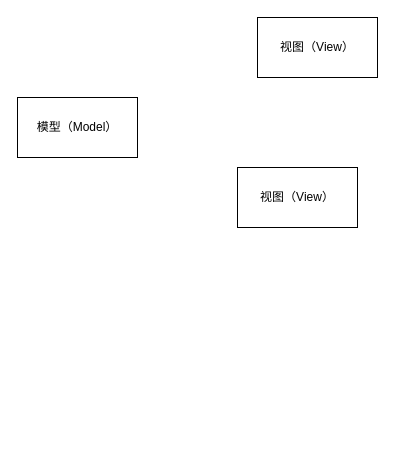
Above: drawio/MVC模式.drawio in stick-i/resources (draw.io), before the change. Source tidied: cells renumbered, new cells numbered last; positions are measured from the earlier drawing's top-left corner, leaving out a move shared by most shapes. Both pictures are drawn from the tidied source at 100%, with x=0, y=0 at pixel (17, 17).
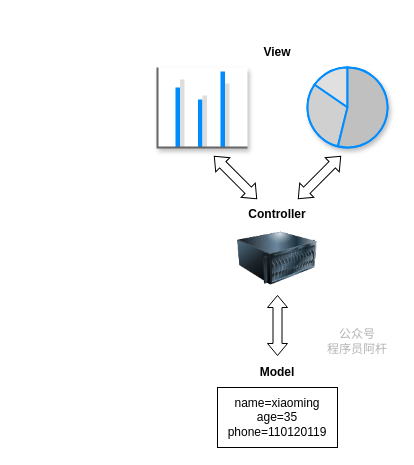
After the change.

Change to the diagram source:
```diff
@@
 <mxGraphModel>
   <root>
     <mxCell id="0" />
     <mxCell id="1" parent="0" />
-    <mxCell id="2" value="视图（View）" style="rounded=0;whiteSpace=wrap;html=1;" parent="1" vertex="1">
-      <mxGeometry x="240" width="120" height="60" as="geometry" />
-    </mxCell>
-    <mxCell id="3" value="模型（Model）" style="rounded=0;whiteSpace=wrap;html=1;strokeColor=default;align=center;verticalAlign=middle;fontFamily=Helvetica;fontSize=12;fontColor=default;fillColor=default;" parent="1" vertex="1">
-      <mxGeometry y="80" width="120" height="60" as="geometry" />
-    </mxCell>
-    <mxCell id="4" value="视图（View）" style="rounded=0;whiteSpace=wrap;html=1;" parent="1" vertex="1">
-      <mxGeometry x="220" y="150" width="120" height="60" as="geometry" />
-    </mxCell>
+    <mxCell id="5" style="verticalLabelPosition=bottom;shadow=1;dashed=0;align=center;html=1;verticalAlign=top;strokeWidth=1;shape=mxgraph.mockup.graphics.columnChart;strokeColor=none;strokeColor2=none;strokeColor3=#666666;fillColor2=#008cff;fillColor3=#dddddd;" parent="1" vertex="1">
+      <mxGeometry x="140" y="50" width="90" height="80" as="geometry" />
+    </mxCell>
+    <mxCell id="6" style="verticalLabelPosition=bottom;shadow=1;dashed=0;align=center;html=1;verticalAlign=top;strokeWidth=1;shape=mxgraph.mockup.graphics.pieChart;strokeColor=#008cff;parts=10,20,35;partColors=#e0e0e0,#d0d0d0,#c0c0c0,#b0b0b0,#a0a0a0;strokeWidth=2;" parent="1" vertex="1">
+      <mxGeometry x="290" y="50" width="80" height="80" as="geometry" />
+    </mxCell>
+    <mxCell id="7" value="&lt;b&gt;View&lt;/b&gt;" style="text;html=1;align=center;verticalAlign=middle;whiteSpace=wrap;rounded=0;" parent="1" vertex="1">
+      <mxGeometry x="230" y="20" width="60" height="30" as="geometry" />
+    </mxCell>
+    <mxCell id="8" value="&lt;b&gt;Controller&lt;/b&gt;" style="text;html=1;align=center;verticalAlign=middle;whiteSpace=wrap;rounded=0;" parent="1" vertex="1">
+      <mxGeometry x="230" y="182" width="60" height="30" as="geometry" />
+    </mxCell>
+    <mxCell id="9" value="&lt;b&gt;Model&lt;/b&gt;" style="text;html=1;align=center;verticalAlign=middle;whiteSpace=wrap;rounded=0;" parent="1" vertex="1">
+      <mxGeometry x="230" y="340" width="60" height="30" as="geometry" />
+    </mxCell>
+    <mxCell id="10" value="name=xiaoming&lt;div&gt;age=35&lt;/div&gt;&lt;div&gt;phone=110120119&lt;/div&gt;" style="rounded=0;whiteSpace=wrap;html=1;" parent="1" vertex="1">
+      <mxGeometry x="200" y="370" width="120" height="60" as="geometry" />
+    </mxCell>
+    <mxCell id="11" style="image;html=1;image=img/lib/clip_art/computers/Server_128x128.png;" parent="1" vertex="1">
+      <mxGeometry x="220" y="201" width="80" height="80" as="geometry" />
+    </mxCell>
+    <mxCell id="12" style="html=1;shadow=0;dashed=0;align=center;verticalAlign=middle;shape=mxgraph.arrows2.twoWayArrow;dy=0.55;dx=12.02;rotation=45;" parent="1" vertex="1">
+      <mxGeometry x="188" y="150" width="60" height="20" as="geometry" />
+    </mxCell>
+    <mxCell id="13" style="html=1;shadow=0;dashed=0;align=center;verticalAlign=middle;shape=mxgraph.arrows2.twoWayArrow;dy=0.55;dx=12.02;rotation=-225;" parent="1" vertex="1">
+      <mxGeometry x="272" y="150" width="60" height="20" as="geometry" />
+    </mxCell>
+    <mxCell id="14" style="html=1;shadow=0;dashed=0;align=center;verticalAlign=middle;shape=mxgraph.arrows2.twoWayArrow;dy=0.55;dx=12.02;rotation=90;" parent="1" vertex="1">
+      <mxGeometry x="230" y="298" width="60" height="20" as="geometry" />
+    </mxCell>
+    <mxCell id="15" value="公众号&lt;div&gt;程序员阿杆&lt;/div&gt;" style="text;html=1;align=center;verticalAlign=middle;whiteSpace=wrap;rounded=0;fontColor=#B3B3B3;" parent="1" vertex="1">
+      <mxGeometry x="300" y="308" width="80" height="32" as="geometry" />
+    </mxCell>
   </root>
 </mxGraphModel>
```
